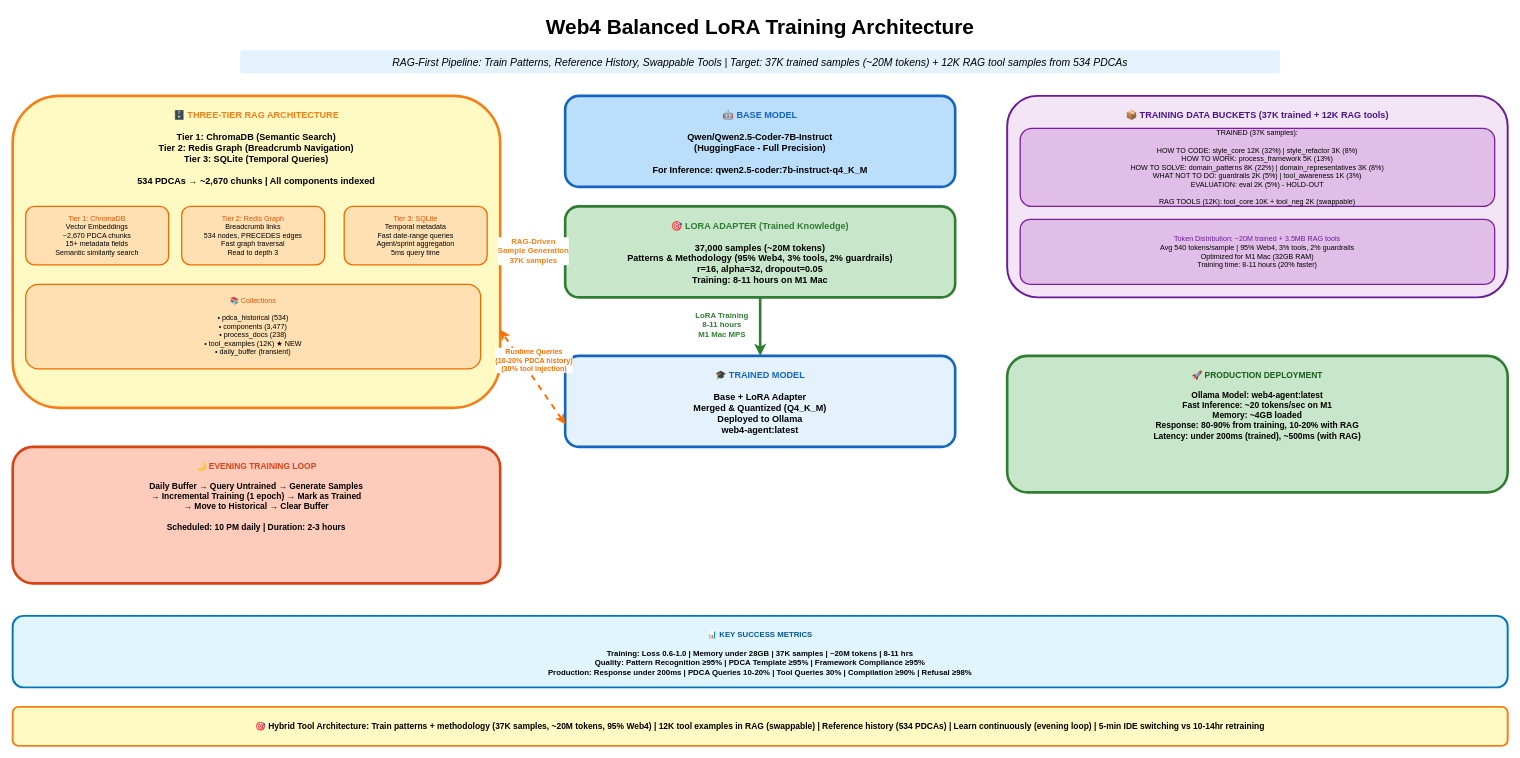
hannesnortje/LLM_Training keeps this draw.io diagram as page "Balanced Training Architecture" (1 of 4) of Training/Web4_Balanced_Training_Architecture.drawio. Above is the earlier version. Source tidied: cells renumbered, new cells numbered last; positions are measured from the earlier drawing's top-left corner, leaving out a move shared by most shapes. Both pictures are drawn from the tidied source at 65%, with x=0, y=0 at pixel (12, 11).
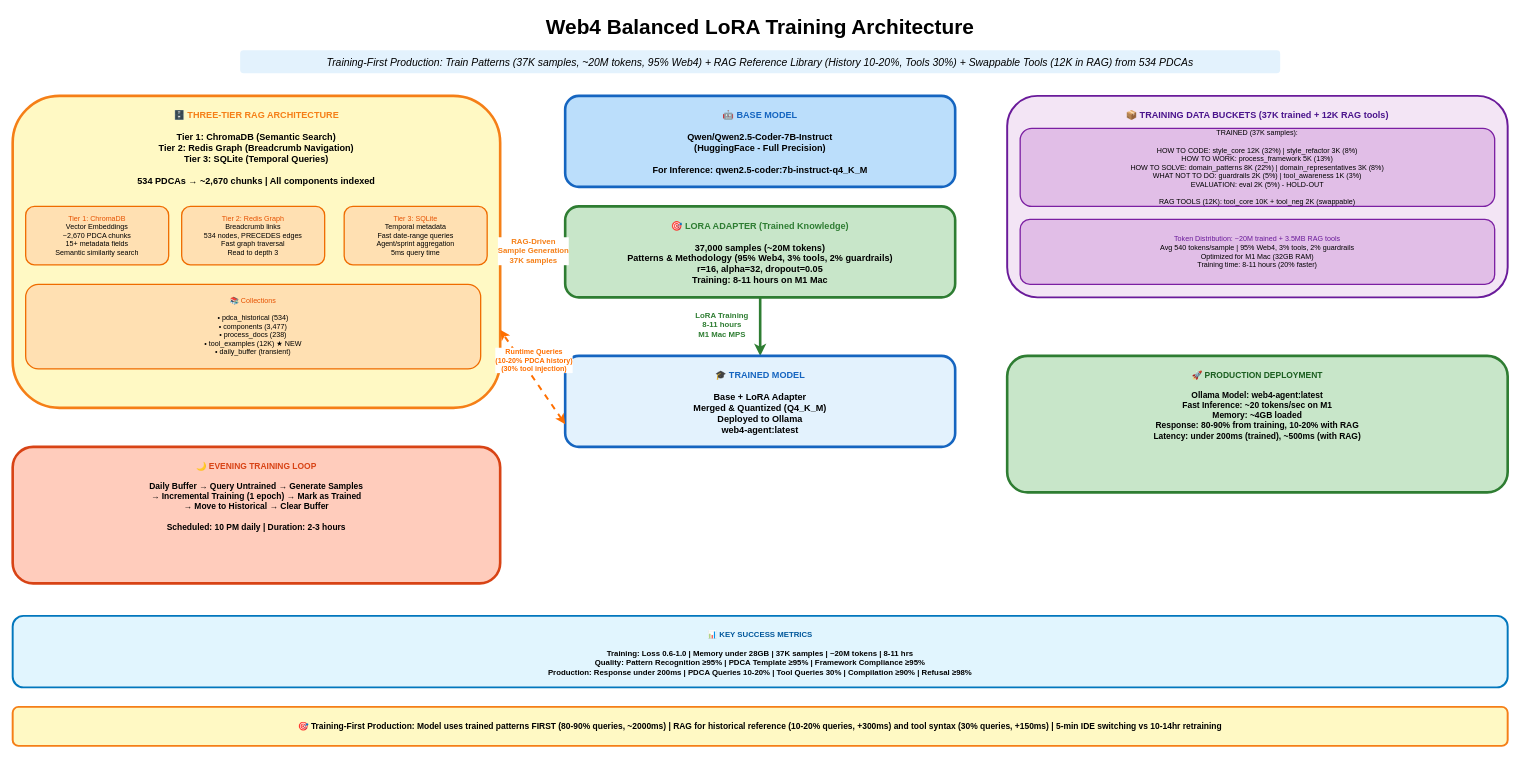
After the change.

Commit message (it also covers changes not shown here):
Clarify Training-First architecture terminology across all documentation

The edit, as a diff of the source:
```diff
@@
-    <mxCell id="3" value="RAG-First Pipeline: Train Patterns, Reference History, Swappable Tools | Target: 37K trained samples (~20M tokens) + 12K RAG tool samples from 534 PDCAs" style="text;html=1;strokeColor=none;fillColor=#E3F2FD;align=center;verticalAlign=middle;whiteSpace=wrap;rounded=1;fontSize=16;fontStyle=2;" parent="1" vertex="1">
+    <mxCell id="3" value="Training-First Production: Train Patterns (37K samples, ~20M tokens, 95% Web4) + RAG Reference Library (History 10-20%, Tools 30%) + Swappable Tools (12K in RAG) from 534 PDCAs" style="text;html=1;strokeColor=none;fillColor=#E3F2FD;align=center;verticalAlign=middle;whiteSpace=wrap;rounded=1;fontSize=16;fontStyle=2;" parent="1" vertex="1">
       <mxGeometry x="350" y="60" width="1600" height="35" as="geometry" />
     </mxCell>
@@
-    <mxCell id="24" value="🎯 Hybrid Tool Architecture: Train patterns + methodology (37K samples, ~20M tokens, 95% Web4) | 12K tool examples in RAG (swappable) | Reference history (534 PDCAs) | Learn continuously (evening loop) | 5-min IDE switching vs 10-14hr retraining" style="rounded=1;whiteSpace=wrap;html=1;fillColor=#FFF9C4;strokeColor=#F57F17;strokeWidth=3;align=center;verticalAlign=middle;fontSize=13;fontStyle=1;" parent="1" vertex="1">
+    <mxCell id="24" value="🎯 Training-First Production: Model uses trained patterns FIRST (80-90% queries, ~2000ms) | RAG for historical reference (10-20% queries, +300ms) and tool syntax (30% queries, +150ms) | 5-min IDE switching vs 10-14hr retraining" style="rounded=1;whiteSpace=wrap;html=1;fillColor=#FFF9C4;strokeColor=#F57F17;strokeWidth=3;align=center;verticalAlign=middle;fontSize=13;fontStyle=1;" parent="1" vertex="1">
       <mxGeometry y="1070" width="2300" height="60" as="geometry" />
     </mxCell>
```
